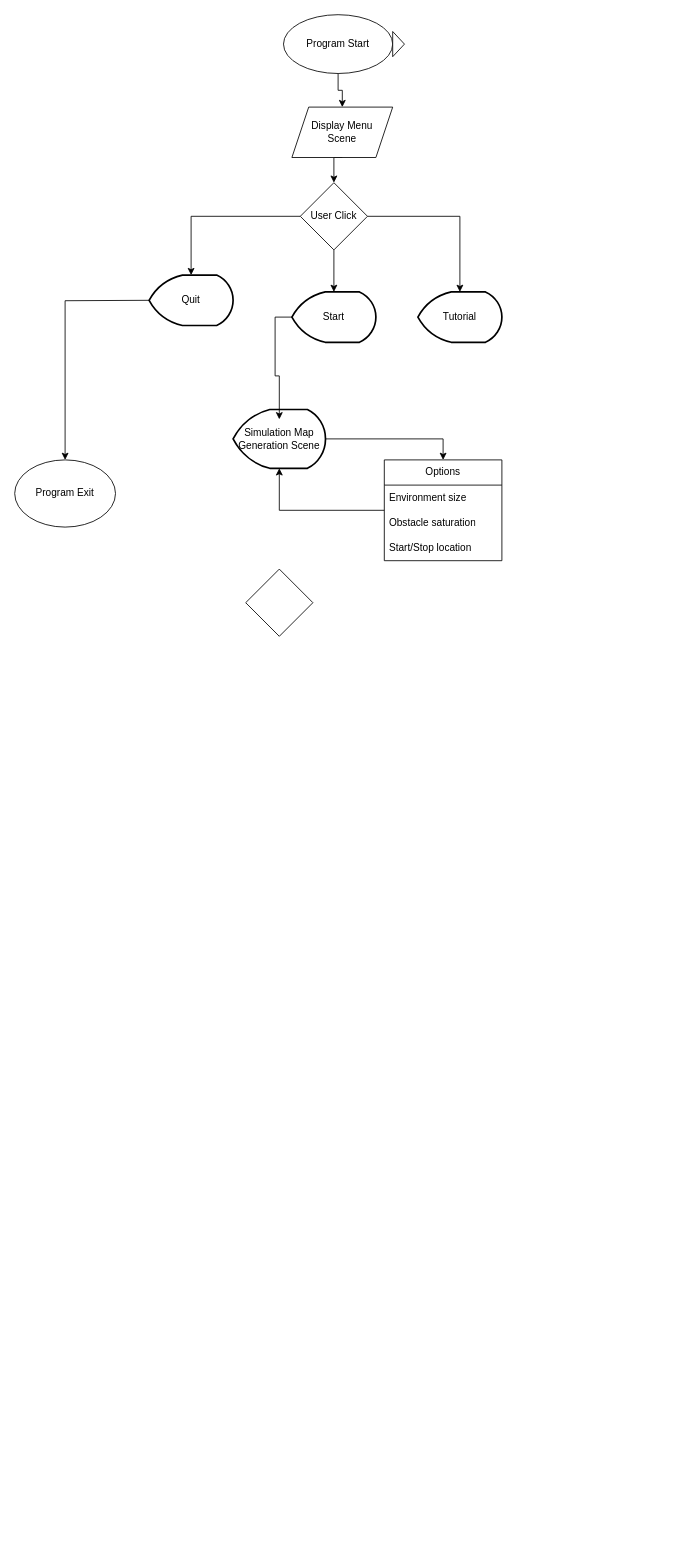
Before: Untitled Diagram.drawio in MarkHCrawford/PathfindingUnity, a draw.io diagram. Source tidied: cells renumbered, new cells numbered last; positions are measured from the earlier drawing's top-left corner, leaving out a move shared by most shapes. Both pictures are drawn from the tidied source at 84%, with x=0, y=0 at pixel (14, 14).
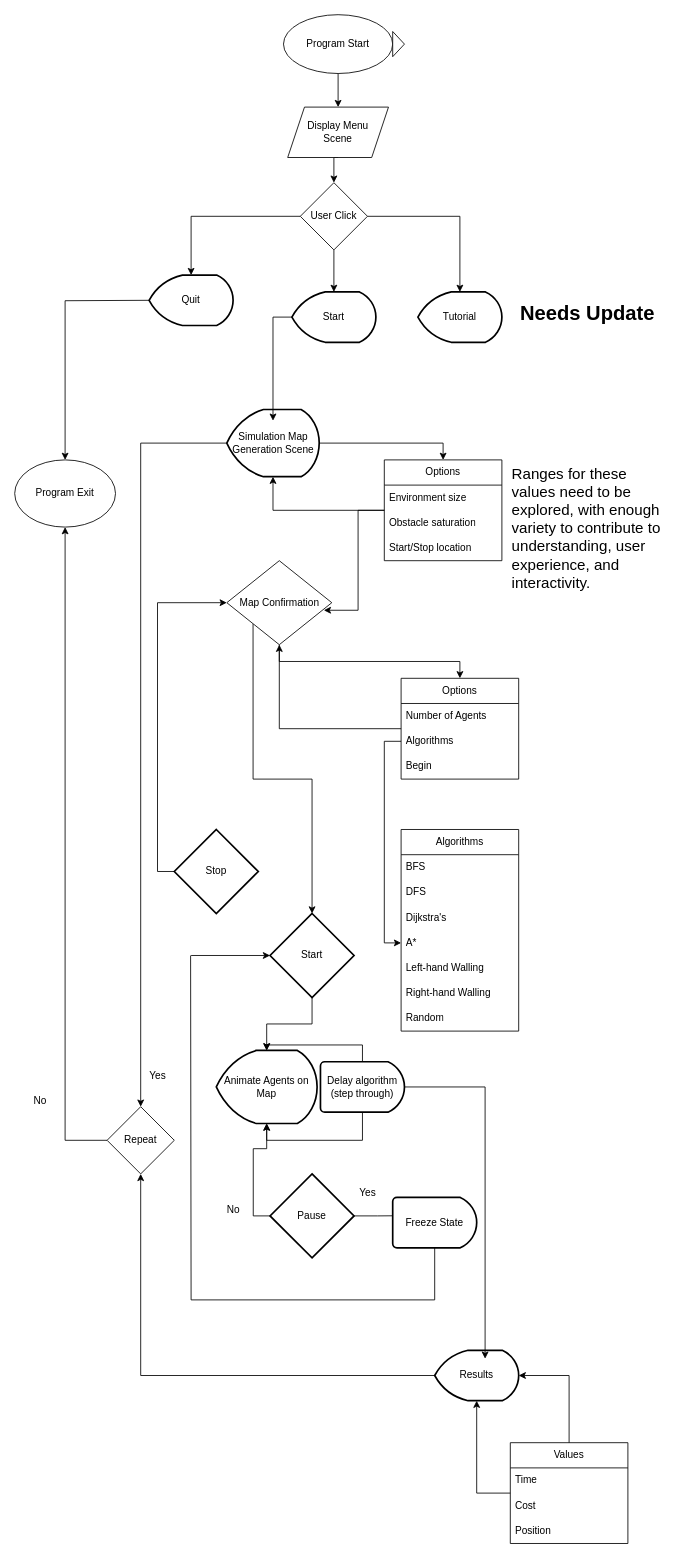
After the change.

The change refers to these unchanged cells:
```xml
<mxCell id="9" value="Program Exit" style="ellipse;whiteSpace=wrap;html=1;" parent="1" vertex="1">
  <mxGeometry y="530" width="120" height="80" as="geometry" />
</mxCell>
<mxCell id="16" value="Options" style="swimlane;fontStyle=0;horizontal=1;startSize=30;whiteSpace=wrap;html=1;" parent="1" vertex="1">
  <mxGeometry x="440" y="530" width="140" height="120" as="geometry" />
</mxCell>
```

Diff of the diagram source:
```diff
@@
     <mxCell id="5" value="Display Menu&lt;br&gt;Scene" style="shape=parallelogram;perimeter=parallelogramPerimeter;whiteSpace=wrap;html=1;fixedSize=1;" parent="1" vertex="1">
-      <mxGeometry x="330" y="110" width="120" height="60" as="geometry" />
+      <mxGeometry x="325" y="110" width="120" height="60" as="geometry" />
     </mxCell>
@@
+    <mxCell id="25" style="edgeStyle=orthogonalEdgeStyle;rounded=0;jettySize=auto;html=1;" parent="1" edge="1" source="21" target="48">
+      <mxGeometry relative="1" as="geometry" />
+    </mxCell>
     <mxCell id="21" value="Simulation Map Generation Scene" style="strokeWidth=2;html=1;shape=mxgraph.flowchart.display;whiteSpace=wrap;" parent="1" vertex="1">
-      <mxGeometry x="260" y="470" width="110" height="70" as="geometry" />
+      <mxGeometry x="252.5" y="470" width="110" height="80" as="geometry" />
     </mxCell>
@@
+    <mxCell id="26" style="edgeStyle=orthogonalEdgeStyle;rounded=0;jettySize=auto;html=1;exitX=0.5;exitY=1;exitDx=0;exitDy=0;entryX=0.5;entryY=0;entryDx=0;entryDy=0;" parent="1" edge="1" source="24" target="30">
+      <mxGeometry relative="1" as="geometry" />
+    </mxCell>
+    <mxCell id="27" style="edgeStyle=orthogonalEdgeStyle;rounded=0;jettySize=auto;html=1;exitX=0;exitY=1;exitDx=0;exitDy=0;" parent="1" edge="1" source="24" target="35">
+      <mxGeometry relative="1" as="geometry" />
+    </mxCell>
-    <mxCell id="24" style="rhombus;whiteSpace=wrap;html=1;" parent="1" vertex="1">
-      <mxGeometry x="275" y="660" width="80" height="80" as="geometry" />
+    <mxCell id="24" value="Map Confirmation" style="rhombus;whiteSpace=wrap;html=1;" parent="1" vertex="1">
+      <mxGeometry x="252.5" y="650" width="125" height="100" as="geometry" />
     </mxCell>
+    <mxCell id="28" style="edgeStyle=orthogonalEdgeStyle;rounded=0;jettySize=auto;html=1;entryX=0.924;entryY=0.59;entryDx=0;entryDy=0;entryPerimeter=0;" parent="1" edge="1" source="16" target="24">
+      <mxGeometry relative="1" as="geometry" />
+    </mxCell>
+    <mxCell id="29" style="edgeStyle=orthogonalEdgeStyle;rounded=0;jettySize=auto;html=1;" parent="1" edge="1" source="30" target="24">
+      <mxGeometry relative="1" as="geometry" />
+    </mxCell>
+    <mxCell id="30" value="Options" style="swimlane;fontStyle=0;horizontal=1;startSize=30;whiteSpace=wrap;html=1;" parent="1" vertex="1">
+      <mxGeometry x="460" y="790" width="140" height="120" as="geometry" />
+    </mxCell>
+    <mxCell id="31" value="Number of Agents" style="text;strokeColor=none;fillColor=none;align=left;verticalAlign=middle;spacingLeft=4;spacingRight=4;overflow=hidden;whiteSpace=wrap;html=1;" parent="30" vertex="1">
+      <mxGeometry y="30" width="140" height="30" as="geometry" />
+    </mxCell>
+    <mxCell id="32" value="Algorithms" style="text;strokeColor=none;fillColor=none;align=left;verticalAlign=middle;spacingLeft=4;spacingRight=4;overflow=hidden;points=[[0,0.5],[1,0.5]];portConstraint=eastwest;whiteSpace=wrap;html=1;" parent="30" vertex="1">
+      <mxGeometry y="60" width="140" height="30" as="geometry" />
+    </mxCell>
+    <mxCell id="33" value="Begin" style="text;strokeColor=none;fillColor=none;align=left;verticalAlign=middle;spacingLeft=4;spacingRight=4;overflow=hidden;whiteSpace=wrap;html=1;" parent="30" vertex="1">
+      <mxGeometry y="90" width="140" height="30" as="geometry" />
+    </mxCell>
+    <mxCell id="34" style="edgeStyle=orthogonalEdgeStyle;rounded=0;jettySize=auto;html=1;exitX=0.5;exitY=1;exitDx=0;exitDy=0;exitPerimeter=0;" parent="1" edge="1" source="35" target="53">
+      <mxGeometry relative="1" as="geometry" />
+    </mxCell>
+    <mxCell id="35" value="Start" style="strokeWidth=2;html=1;shape=mxgraph.flowchart.decision;whiteSpace=wrap;" parent="1" vertex="1">
+      <mxGeometry x="304" y="1070" width="100" height="100" as="geometry" />
+    </mxCell>
+    <mxCell id="36" style="edgeStyle=orthogonalEdgeStyle;rounded=0;jettySize=auto;html=1;exitX=0;exitY=0.5;exitDx=0;exitDy=0;exitPerimeter=0;entryX=0;entryY=0.5;entryDx=0;entryDy=0;" parent="1" edge="1" source="37" target="24">
+      <mxGeometry relative="1" as="geometry" />
+    </mxCell>
+    <mxCell id="37" value="Stop" style="strokeWidth=2;html=1;shape=mxgraph.flowchart.decision;whiteSpace=wrap;" parent="1" vertex="1">
+      <mxGeometry x="190" y="970" width="100" height="100" as="geometry" />
+    </mxCell>
+    <mxCell id="38" value="Algorithms" style="swimlane;fontStyle=0;horizontal=1;startSize=30;whiteSpace=wrap;html=1;" parent="1" vertex="1">
+      <mxGeometry x="460" y="970" width="140" height="240" as="geometry" />
+    </mxCell>
+    <mxCell id="39" value="BFS&lt;span style=&quot;white-space: pre;&quot;&gt;&#9;&lt;/span&gt;" style="text;strokeColor=none;fillColor=none;align=left;verticalAlign=middle;spacingLeft=4;spacingRight=4;overflow=hidden;whiteSpace=wrap;html=1;" parent="38" vertex="1">
+      <mxGeometry y="30" width="140" height="30" as="geometry" />
+    </mxCell>
+    <mxCell id="40" value="DFS" style="text;strokeColor=none;fillColor=none;align=left;verticalAlign=middle;spacingLeft=4;spacingRight=4;overflow=hidden;whiteSpace=wrap;html=1;" parent="38" vertex="1">
+      <mxGeometry y="60" width="140" height="30" as="geometry" />
+    </mxCell>
+    <mxCell id="41" value="Dijkstra's" style="text;strokeColor=none;fillColor=none;align=left;verticalAlign=middle;spacingLeft=4;spacingRight=4;overflow=hidden;whiteSpace=wrap;html=1;" parent="38" vertex="1">
+      <mxGeometry y="90" width="140" height="30" as="geometry" />
+    </mxCell>
+    <mxCell id="42" value="A*" style="text;strokeColor=none;fillColor=none;align=left;verticalAlign=middle;spacingLeft=4;spacingRight=4;overflow=hidden;points=[[0,0.5],[1,0.5]];portConstraint=eastwest;whiteSpace=wrap;html=1;" parent="38" vertex="1">
+      <mxGeometry y="120" width="140" height="30" as="geometry" />
+    </mxCell>
+    <mxCell id="43" value="Left-hand Walling" style="text;strokeColor=none;fillColor=none;align=left;verticalAlign=middle;spacingLeft=4;spacingRight=4;overflow=hidden;whiteSpace=wrap;html=1;" parent="38" vertex="1">
+      <mxGeometry y="150" width="140" height="30" as="geometry" />
+    </mxCell>
+    <mxCell id="44" value="Right-hand Walling" style="text;strokeColor=none;fillColor=none;align=left;verticalAlign=middle;spacingLeft=4;spacingRight=4;overflow=hidden;whiteSpace=wrap;html=1;" parent="38" vertex="1">
+      <mxGeometry y="180" width="140" height="30" as="geometry" />
+    </mxCell>
+    <mxCell id="45" value="Random" style="text;strokeColor=none;fillColor=none;align=left;verticalAlign=middle;spacingLeft=4;spacingRight=4;overflow=hidden;whiteSpace=wrap;html=1;" parent="38" vertex="1">
+      <mxGeometry y="210" width="140" height="30" as="geometry" />
+    </mxCell>
+    <mxCell id="46" style="edgeStyle=orthogonalEdgeStyle;rounded=0;jettySize=auto;html=1;entryX=0;entryY=0.5;entryDx=0;entryDy=0;" parent="1" edge="1" source="32" target="42">
+      <mxGeometry relative="1" as="geometry" />
+    </mxCell>
+    <mxCell id="47" style="edgeStyle=orthogonalEdgeStyle;rounded=0;jettySize=auto;html=1;exitX=0;exitY=0.5;exitDx=0;exitDy=0;entryX=0.5;entryY=1;entryDx=0;entryDy=0;" parent="1" edge="1" source="48" target="9">
+      <mxGeometry relative="1" as="geometry" />
+    </mxCell>
+    <mxCell id="48" value="Repeat" style="rhombus;whiteSpace=wrap;html=1;" parent="1" vertex="1">
+      <mxGeometry x="110" y="1300" width="80" height="80" as="geometry" />
+    </mxCell>
+    <mxCell id="49" value="Yes" style="text;html=1;align=center;verticalAlign=middle;strokeColor=none;fillColor=none;" parent="1" vertex="1">
+      <mxGeometry x="150" y="1248" width="40" height="30" as="geometry" />
+    </mxCell>
+    <mxCell id="50" value="No" style="text;html=1;align=center;verticalAlign=middle;strokeColor=none;fillColor=none;" parent="1" vertex="1">
+      <mxGeometry x="10" y="1278" width="40" height="30" as="geometry" />
+    </mxCell>
+    <mxCell id="51" value="&lt;font style=&quot;font-size: 18px;&quot;&gt;Ranges for these values need to be explored, with enough variety to contribute to understanding, user experience, and interactivity.&lt;/font&gt;" style="text;html=1;whiteSpace=wrap;overflow=hidden;rounded=0;" parent="1" vertex="1">
+      <mxGeometry x="590" y="530" width="190" height="180" as="geometry" />
+    </mxCell>
+    <mxCell id="52" value="&lt;div&gt;Delay algorithm&lt;/div&gt;&lt;div&gt;(step through)&lt;br&gt;&lt;/div&gt;" style="strokeWidth=2;html=1;shape=mxgraph.flowchart.delay;whiteSpace=wrap;" parent="1" vertex="1">
+      <mxGeometry x="364" y="1246.5" width="100" height="60" as="geometry" />
+    </mxCell>
+    <mxCell id="53" value="Animate Agents on Map" style="strokeWidth=2;html=1;shape=mxgraph.flowchart.display;whiteSpace=wrap;" parent="1" vertex="1">
+      <mxGeometry x="240" y="1233" width="120" height="87" as="geometry" />
+    </mxCell>
+    <mxCell id="54" style="edgeStyle=orthogonalEdgeStyle;rounded=0;jettySize=auto;html=1;exitX=0.5;exitY=0;exitDx=0;exitDy=0;exitPerimeter=0;entryX=0.5;entryY=0;entryDx=0;entryDy=0;entryPerimeter=0;" parent="1" edge="1" source="52" target="53">
+      <mxGeometry relative="1" as="geometry" />
+    </mxCell>
+    <mxCell id="55" style="edgeStyle=orthogonalEdgeStyle;rounded=0;jettySize=auto;html=1;exitX=0.5;exitY=1;exitDx=0;exitDy=0;exitPerimeter=0;entryX=0.5;entryY=1;entryDx=0;entryDy=0;entryPerimeter=0;" parent="1" edge="1" source="52" target="53">
+      <mxGeometry relative="1" as="geometry" />
+    </mxCell>
+    <mxCell id="56" style="edgeStyle=orthogonalEdgeStyle;rounded=0;jettySize=auto;html=1;exitX=0;exitY=0.5;exitDx=0;exitDy=0;exitPerimeter=0;" parent="1" edge="1" source="58" target="53">
+      <mxGeometry relative="1" as="geometry" />
+    </mxCell>
+    <mxCell id="57" style="edgeStyle=orthogonalEdgeStyle;rounded=0;jettySize=auto;html=1;exitX=1;exitY=0.5;exitDx=0;exitDy=0;exitPerimeter=0;" parent="1" edge="1" source="58">
+      <mxGeometry relative="1" as="geometry">
+        <mxPoint x="460" y="1429.8" as="targetPoint" />
+      </mxGeometry>
+    </mxCell>
+    <mxCell id="58" value="Pause" style="strokeWidth=2;html=1;shape=mxgraph.flowchart.decision;whiteSpace=wrap;" parent="1" vertex="1">
+      <mxGeometry x="304" y="1380" width="100" height="100" as="geometry" />
+    </mxCell>
+    <mxCell id="59" value="No" style="text;html=1;align=center;verticalAlign=middle;strokeColor=none;fillColor=none;" parent="1" vertex="1">
+      <mxGeometry x="240" y="1408" width="40" height="30" as="geometry" />
+    </mxCell>
+    <mxCell id="60" value="Yes" style="text;html=1;align=center;verticalAlign=middle;strokeColor=none;fillColor=none;" parent="1" vertex="1">
+      <mxGeometry x="400" y="1388" width="40" height="30" as="geometry" />
+    </mxCell>
+    <mxCell id="61" value="Freeze State" style="strokeWidth=2;html=1;shape=mxgraph.flowchart.delay;whiteSpace=wrap;" parent="1" vertex="1">
+      <mxGeometry x="450" y="1408" width="100" height="60" as="geometry" />
+    </mxCell>
+    <mxCell id="62" style="endArrow=classic;html=1;rounded=0;" parent="1" edge="1">
+      <mxGeometry relative="1" as="geometry">
+        <mxPoint x="210" y="1120" as="sourcePoint" />
+        <mxPoint x="304" y="1120" as="targetPoint" />
+      </mxGeometry>
+    </mxCell>
+    <mxCell id="63" style="endArrow=none;html=1;rounded=0;" parent="1" edge="1">
+      <mxGeometry relative="1" as="geometry">
+        <mxPoint x="210" y="1530" as="sourcePoint" />
+        <mxPoint x="209.4" y="1120" as="targetPoint" />
+      </mxGeometry>
+    </mxCell>
+    <mxCell id="64" style="endArrow=none;html=1;rounded=0;" parent="1" edge="1">
+      <mxGeometry relative="1" as="geometry">
+        <mxPoint x="210" y="1530" as="sourcePoint" />
+        <mxPoint x="500" y="1530" as="targetPoint" />
+      </mxGeometry>
+    </mxCell>
+    <mxCell id="65" style="endArrow=none;html=1;rounded=0;entryX=0.5;entryY=1;entryDx=0;entryDy=0;entryPerimeter=0;" parent="1" edge="1" target="61">
+      <mxGeometry relative="1" as="geometry">
+        <mxPoint x="500" y="1530" as="sourcePoint" />
+      </mxGeometry>
+    </mxCell>
+    <mxCell id="66" style="edgeStyle=orthogonalEdgeStyle;rounded=0;jettySize=auto;html=1;entryX=0.5;entryY=1;entryDx=0;entryDy=0;" parent="1" edge="1" source="67" target="48">
+      <mxGeometry relative="1" as="geometry" />
+    </mxCell>
+    <mxCell id="67" value="Results" style="strokeWidth=2;html=1;shape=mxgraph.flowchart.display;whiteSpace=wrap;" parent="1" vertex="1">
+      <mxGeometry x="500" y="1590" width="100" height="60" as="geometry" />
+    </mxCell>
+    <mxCell id="68" value="Values" style="swimlane;fontStyle=0;horizontal=1;startSize=30;whiteSpace=wrap;html=1;" parent="1" vertex="1">
+      <mxGeometry x="590" y="1700" width="140" height="120" as="geometry" />
+    </mxCell>
+    <mxCell id="69" value="Time" style="text;strokeColor=none;fillColor=none;align=left;verticalAlign=middle;spacingLeft=4;spacingRight=4;overflow=hidden;whiteSpace=wrap;html=1;" parent="68" vertex="1">
+      <mxGeometry y="30" width="140" height="30" as="geometry" />
+    </mxCell>
+    <mxCell id="70" value="Cost" style="text;strokeColor=none;fillColor=none;align=left;verticalAlign=middle;spacingLeft=4;spacingRight=4;overflow=hidden;whiteSpace=wrap;html=1;" parent="68" vertex="1">
+      <mxGeometry y="60" width="140" height="30" as="geometry" />
+    </mxCell>
+    <mxCell id="71" value="Position" style="text;strokeColor=none;fillColor=none;align=left;verticalAlign=middle;spacingLeft=4;spacingRight=4;overflow=hidden;whiteSpace=wrap;html=1;" parent="68" vertex="1">
+      <mxGeometry y="90" width="140" height="30" as="geometry" />
+    </mxCell>
+    <mxCell id="72" style="edgeStyle=orthogonalEdgeStyle;rounded=0;jettySize=auto;html=1;exitX=0.5;exitY=0;exitDx=0;exitDy=0;entryX=1;entryY=0.5;entryDx=0;entryDy=0;entryPerimeter=0;" parent="1" edge="1" source="68" target="67">
+      <mxGeometry relative="1" as="geometry" />
+    </mxCell>
+    <mxCell id="73" style="edgeStyle=orthogonalEdgeStyle;rounded=0;jettySize=auto;html=1;exitX=0;exitY=0.5;exitDx=0;exitDy=0;entryX=0.5;entryY=1;entryDx=0;entryDy=0;entryPerimeter=0;" parent="1" edge="1" source="68" target="67">
+      <mxGeometry relative="1" as="geometry" />
+    </mxCell>
+    <mxCell id="74" value="&lt;h1 style=&quot;margin-top: 0px;&quot;&gt;Needs Update&lt;/h1&gt;&lt;p&gt;&lt;br&gt;&lt;/p&gt;" style="text;html=1;whiteSpace=wrap;overflow=hidden;rounded=0;" parent="1" vertex="1">
+      <mxGeometry x="600" y="335" width="180" height="50" as="geometry" />
+    </mxCell>
+    <mxCell id="75" style="edgeStyle=orthogonalEdgeStyle;rounded=0;jettySize=auto;html=1;exitX=1;exitY=0.5;exitDx=0;exitDy=0;exitPerimeter=0;entryX=0.6;entryY=0.167;entryDx=0;entryDy=0;entryPerimeter=0;" parent="1" edge="1" source="52" target="67">
+      <mxGeometry relative="1" as="geometry" />
+    </mxCell>
```
